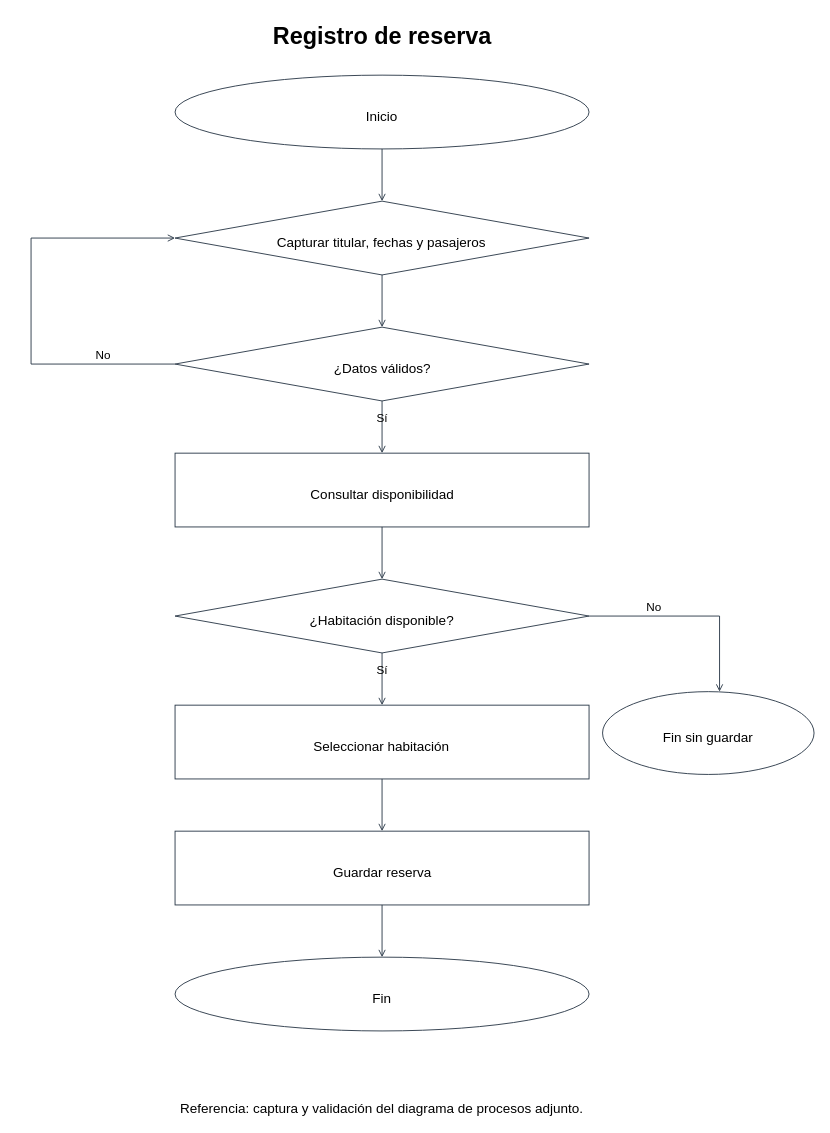
This is diagramas-editables/flujo-reserva.drawio from Yutre3/hotel-duerme-bien, a draw.io file, before an edit. Source tidied: cells renumbered, new cells numbered last; positions are measured from the earlier drawing's top-left corner, leaving out a move shared by most shapes. Both pictures are drawn from the tidied source at 90%, with x=0, y=0 at pixel (31, 16).
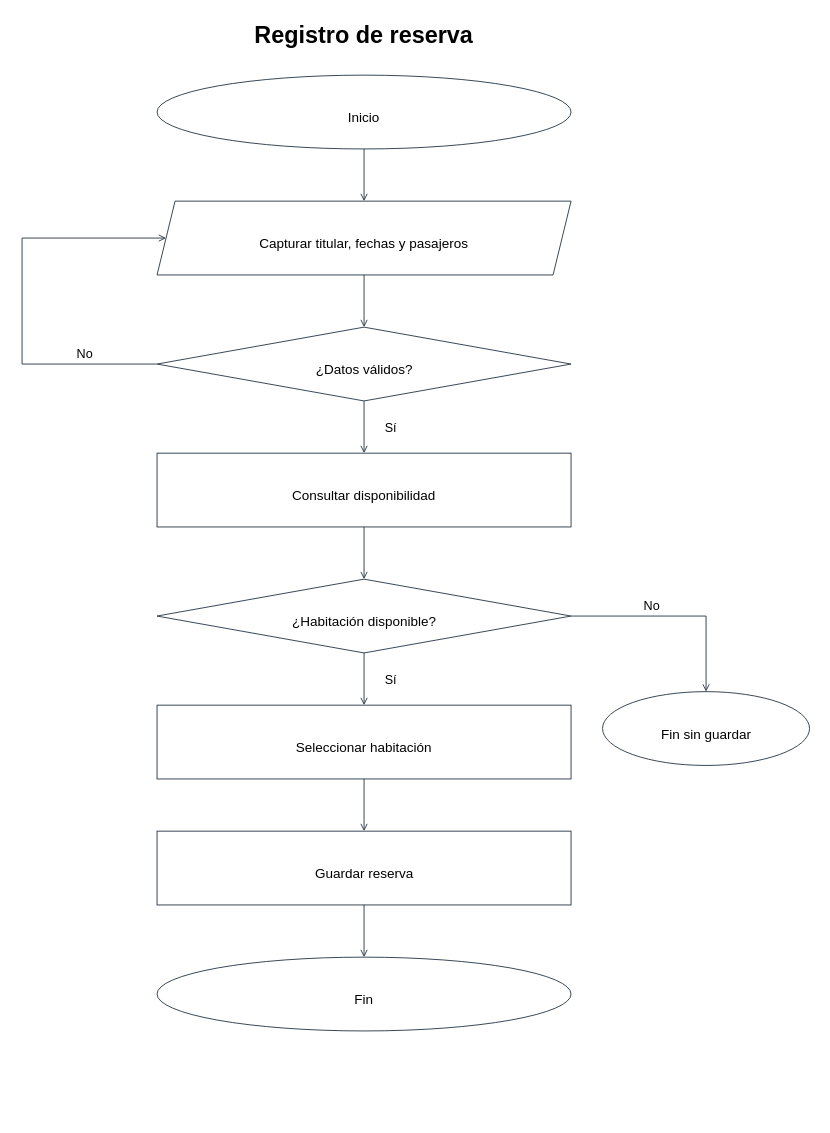
Above is the later version.

What changed in the source:
```diff
@@
+    <mxCell id="38" value="Registro de reserva" style="text;html=0;whiteSpace=wrap;strokeColor=none;fillColor=none;align=center;fontSize=26.0;fontStyle=1;" parent="1" vertex="1">
+      <mxGeometry x="221.8" y="-1" width="296.4" height="36.4" as="geometry" />
+    </mxCell>
+    <mxCell id="39" style="html=0;strokeColor=#263545;fillColor=#ffffff;shape=ellipse;" parent="1" vertex="1">
+      <mxGeometry x="140" y="65" width="460" height="82" as="geometry" />
+    </mxCell>
+    <mxCell id="40" value="Inicio" style="text;html=0;whiteSpace=wrap;strokeColor=none;fillColor=none;align=center;fontSize=15.0;fontStyle=0;" parent="1" vertex="1">
+      <mxGeometry x="343" y="97" width="54" height="21" as="geometry" />
+    </mxCell>
+    <mxCell id="41" style="html=0;strokeColor=#263545;endArrow=open;" parent="1" edge="1">
+      <mxGeometry relative="1" as="geometry">
+        <mxPoint x="370" y="147" as="sourcePoint" />
+        <mxPoint x="370" y="205" as="targetPoint" />
+      </mxGeometry>
+    </mxCell>
+    <mxCell id="42" style="html=0;strokeColor=#263545;fillColor=#ffffff;shape=parallelogram;fixedSize=1;size=20;" parent="1" vertex="1">
+      <mxGeometry x="140" y="205" width="460" height="82" as="geometry" />
+    </mxCell>
+    <mxCell id="43" value="Capturar titular, fechas y pasajeros" style="text;html=0;whiteSpace=wrap;strokeColor=none;fillColor=none;align=center;fontSize=15.0;fontStyle=0;" parent="1" vertex="1">
+      <mxGeometry x="208" y="237" width="324" height="21" as="geometry" />
+    </mxCell>
-    <mxCell id="2" value="Registro de reserva" style="text;html=0;whiteSpace=wrap;strokeColor=none;fillColor=none;align=center;fontSize=26.0;fontStyle=1;strokeColor=#263545;fillColor=#ffffff;strokeColor=none;fillColor=none;" parent="1" vertex="1">
-      <mxGeometry x="242.7" y="0.1" width="294.5" height="39" as="geometry" />
+    <mxCell id="2" style="html=0;strokeColor=#263545;endArrow=open;" parent="1" edge="1">
+      <mxGeometry relative="1" as="geometry">
+        <mxPoint x="370" y="287" as="sourcePoint" />
+        <mxPoint x="370" y="345" as="targetPoint" />
+      </mxGeometry>
     </mxCell>
-    <mxCell id="3" style="ellipse;whiteSpace=wrap;html=0;strokeColor=#263545;fillColor=#ffffff;" parent="1" vertex="1">
-      <mxGeometry x="160" y="65" width="460" height="82" as="geometry" />
+    <mxCell id="3" style="html=0;strokeColor=#263545;fillColor=#ffffff;shape=rhombus;" parent="1" vertex="1">
+      <mxGeometry x="140" y="345" width="460" height="82" as="geometry" />
     </mxCell>
-    <mxCell id="4" value="Inicio" style="text;html=0;whiteSpace=wrap;strokeColor=none;fillColor=none;align=center;fontSize=15.0;fontStyle=0;strokeColor=#263545;fillColor=#ffffff;strokeColor=none;fillColor=none;" parent="1" vertex="1">
-      <mxGeometry x="359.9" y="94.8" width="60.2" height="22.5" as="geometry" />
+    <mxCell id="4" value="¿Datos válidos?" style="text;html=0;whiteSpace=wrap;strokeColor=none;fillColor=none;align=center;fontSize=15.0;fontStyle=0;" parent="1" vertex="1">
+      <mxGeometry x="302.5" y="377" width="135" height="21" as="geometry" />
     </mxCell>
-    <mxCell id="5" style="endArrow=open;html=0;strokeColor=#263545;" parent="1" edge="1">
+    <mxCell id="5" style="html=0;strokeColor=#263545;endArrow=open;" parent="1" edge="1">
       <mxGeometry relative="1" as="geometry">
-        <mxPoint x="390" y="147" as="sourcePoint" />
-        <mxPoint x="390" y="205" as="targetPoint" />
+        <mxPoint x="370" y="427" as="sourcePoint" />
+        <mxPoint x="370" y="485" as="targetPoint" />
       </mxGeometry>
     </mxCell>
-    <mxCell id="6" style="rhombus;strokeColor=#263545;fillColor=#ffffff;" parent="1" vertex="1">
-      <mxGeometry x="160" y="205" width="460" height="82" as="geometry" />
+    <mxCell id="6" value="Sí" style="text;html=0;whiteSpace=wrap;strokeColor=none;fillColor=none;align=center;fontSize=14.0;fontStyle=0;" parent="1" vertex="1">
+      <mxGeometry x="380" y="442" width="40" height="19.6" as="geometry" />
     </mxCell>
-    <mxCell id="7" value="Capturar titular, fechas y pasajeros" style="text;html=0;whiteSpace=wrap;strokeColor=none;fillColor=none;align=center;fontSize=15.0;fontStyle=0;strokeColor=#263545;fillColor=#ffffff;strokeColor=none;fillColor=none;" parent="1" vertex="1">
-      <mxGeometry x="229.4" y="234.8" width="321.2" height="22.5" as="geometry" />
+    <mxCell id="7" style="html=0;strokeColor=#263545;fillColor=#ffffff;shape=rectangle;" parent="1" vertex="1">
+      <mxGeometry x="140" y="485" width="460" height="82" as="geometry" />
     </mxCell>
-    <mxCell id="8" style="endArrow=open;html=0;strokeColor=#263545;" parent="1" edge="1">
-      <mxGeometry relative="1" as="geometry">
-        <mxPoint x="390" y="287" as="sourcePoint" />
-        <mxPoint x="390" y="345" as="targetPoint" />
-      </mxGeometry>
+    <mxCell id="8" value="Consultar disponibilidad" style="text;html=0;whiteSpace=wrap;strokeColor=none;fillColor=none;align=center;fontSize=15.0;fontStyle=0;" parent="1" vertex="1">
+      <mxGeometry x="262" y="517" width="216" height="21" as="geometry" />
     </mxCell>
-    <mxCell id="9" style="rhombus;strokeColor=#263545;fillColor=#ffffff;" parent="1" vertex="1">
-      <mxGeometry x="160" y="345" width="460" height="82" as="geometry" />
+    <mxCell id="9" style="html=0;strokeColor=#263545;endArrow=open;" parent="1" edge="1">
+      <mxGeometry relative="1" as="geometry">
+        <mxPoint x="370" y="567" as="sourcePoint" />
+        <mxPoint x="370" y="625" as="targetPoint" />
+      </mxGeometry>
     </mxCell>
-    <mxCell id="10" value="¿Datos válidos?" style="text;html=0;whiteSpace=wrap;strokeColor=none;fillColor=none;align=center;fontSize=15.0;fontStyle=0;strokeColor=#263545;fillColor=#ffffff;strokeColor=none;fillColor=none;" parent="1" vertex="1">
-      <mxGeometry x="320.8" y="374.8" width="138.5" height="22.5" as="geometry" />
+    <mxCell id="10" style="html=0;strokeColor=#263545;fillColor=#ffffff;shape=rhombus;" parent="1" vertex="1">
+      <mxGeometry x="140" y="625" width="460" height="82" as="geometry" />
     </mxCell>
-    <mxCell id="11" style="endArrow=open;html=0;strokeColor=#263545;" parent="1" edge="1">
-      <mxGeometry relative="1" as="geometry">
-        <mxPoint x="390" y="427" as="sourcePoint" />
-        <mxPoint x="390" y="485" as="targetPoint" />
-      </mxGeometry>
+    <mxCell id="11" value="¿Habitación disponible?" style="text;html=0;whiteSpace=wrap;strokeColor=none;fillColor=none;align=center;fontSize=15.0;fontStyle=0;" parent="1" vertex="1">
+      <mxGeometry x="266.5" y="657" width="207" height="21" as="geometry" />
     </mxCell>
-    <mxCell id="12" value="Sí" style="text;html=0;whiteSpace=wrap;strokeColor=none;fillColor=none;align=center;fontSize=13.0;fontStyle=0;strokeColor=#263545;fillColor=#ffffff;strokeColor=none;fillColor=none;" parent="1" vertex="1">
-      <mxGeometry x="378.5" y="432.1" width="23.1" height="19.5" as="geometry" />
+    <mxCell id="12" style="html=0;strokeColor=#263545;endArrow=open;" parent="1" edge="1">
+      <mxGeometry relative="1" as="geometry">
+        <mxPoint x="370" y="707" as="sourcePoint" />
+        <mxPoint x="370" y="765" as="targetPoint" />
+      </mxGeometry>
     </mxCell>
-    <mxCell id="13" style="whiteSpace=wrap;html=0;strokeColor=#263545;fillColor=#ffffff;" parent="1" vertex="1">
-      <mxGeometry x="160" y="485" width="460" height="82" as="geometry" />
+    <mxCell id="13" value="Sí" style="text;html=0;whiteSpace=wrap;strokeColor=none;fillColor=none;align=center;fontSize=14.0;fontStyle=0;" parent="1" vertex="1">
+      <mxGeometry x="380" y="722" width="40" height="19.6" as="geometry" />
     </mxCell>
-    <mxCell id="14" value="Consultar disponibilidad" style="text;html=0;whiteSpace=wrap;strokeColor=none;fillColor=none;align=center;fontSize=15.0;fontStyle=0;strokeColor=#263545;fillColor=#ffffff;strokeColor=none;fillColor=none;" parent="1" vertex="1">
-      <mxGeometry x="281.6" y="514.8" width="216.8" height="22.5" as="geometry" />
+    <mxCell id="14" style="html=0;strokeColor=#263545;fillColor=#ffffff;shape=rectangle;" parent="1" vertex="1">
+      <mxGeometry x="140" y="765" width="460" height="82" as="geometry" />
     </mxCell>
-    <mxCell id="15" style="endArrow=open;html=0;strokeColor=#263545;" parent="1" edge="1">
-      <mxGeometry relative="1" as="geometry">
-        <mxPoint x="390" y="567" as="sourcePoint" />
-        <mxPoint x="390" y="625" as="targetPoint" />
-      </mxGeometry>
+    <mxCell id="15" value="Seleccionar habitación" style="text;html=0;whiteSpace=wrap;strokeColor=none;fillColor=none;align=center;fontSize=15.0;fontStyle=0;" parent="1" vertex="1">
+      <mxGeometry x="271" y="797" width="198" height="21" as="geometry" />
     </mxCell>
-    <mxCell id="16" style="rhombus;strokeColor=#263545;fillColor=#ffffff;" parent="1" vertex="1">
-      <mxGeometry x="160" y="625" width="460" height="82" as="geometry" />
+    <mxCell id="16" style="html=0;strokeColor=#263545;endArrow=open;" parent="1" edge="1">
+      <mxGeometry relative="1" as="geometry">
+        <mxPoint x="370" y="847" as="sourcePoint" />
+        <mxPoint x="370" y="905" as="targetPoint" />
+      </mxGeometry>
     </mxCell>
-    <mxCell id="17" value="¿Habitación disponible?" style="text;html=0;whiteSpace=wrap;strokeColor=none;fillColor=none;align=center;fontSize=15.0;fontStyle=0;strokeColor=#263545;fillColor=#ffffff;strokeColor=none;fillColor=none;" parent="1" vertex="1">
-      <mxGeometry x="285.9" y="654.8" width="208.1" height="22.5" as="geometry" />
+    <mxCell id="17" style="html=0;strokeColor=#263545;fillColor=#ffffff;shape=rectangle;" parent="1" vertex="1">
+      <mxGeometry x="140" y="905" width="460" height="82" as="geometry" />
     </mxCell>
-    <mxCell id="18" style="endArrow=open;html=0;strokeColor=#263545;" parent="1" edge="1">
-      <mxGeometry relative="1" as="geometry">
-        <mxPoint x="390" y="707" as="sourcePoint" />
-        <mxPoint x="390" y="765" as="targetPoint" />
-      </mxGeometry>
+    <mxCell id="18" value="Guardar reserva" style="text;html=0;whiteSpace=wrap;strokeColor=none;fillColor=none;align=center;fontSize=15.0;fontStyle=0;" parent="1" vertex="1">
+      <mxGeometry x="302.5" y="937" width="135" height="21" as="geometry" />
     </mxCell>
-    <mxCell id="19" value="Sí" style="text;html=0;whiteSpace=wrap;strokeColor=none;fillColor=none;align=center;fontSize=13.0;fontStyle=0;strokeColor=#263545;fillColor=#ffffff;strokeColor=none;fillColor=none;" parent="1" vertex="1">
-      <mxGeometry x="378.5" y="712" width="23.1" height="19.5" as="geometry" />
+    <mxCell id="19" style="html=0;strokeColor=#263545;endArrow=open;" parent="1" edge="1">
+      <mxGeometry relative="1" as="geometry">
+        <mxPoint x="370" y="987" as="sourcePoint" />
+        <mxPoint x="370" y="1045" as="targetPoint" />
+      </mxGeometry>
     </mxCell>
-    <mxCell id="20" style="whiteSpace=wrap;html=0;strokeColor=#263545;fillColor=#ffffff;" parent="1" vertex="1">
-      <mxGeometry x="160" y="765" width="460" height="82" as="geometry" />
+    <mxCell id="20" style="html=0;strokeColor=#263545;fillColor=#ffffff;shape=ellipse;" parent="1" vertex="1">
+      <mxGeometry x="140" y="1045" width="460" height="82" as="geometry" />
     </mxCell>
-    <mxCell id="21" value="Seleccionar habitación" style="text;html=0;whiteSpace=wrap;strokeColor=none;fillColor=none;align=center;fontSize=15.0;fontStyle=0;strokeColor=#263545;fillColor=#ffffff;strokeColor=none;fillColor=none;" parent="1" vertex="1">
-      <mxGeometry x="290.3" y="794.8" width="199.4" height="22.5" as="geometry" />
+    <mxCell id="21" value="Fin" style="text;html=0;whiteSpace=wrap;strokeColor=none;fillColor=none;align=center;fontSize=15.0;fontStyle=0;" parent="1" vertex="1">
+      <mxGeometry x="350" y="1077" width="40" height="21" as="geometry" />
     </mxCell>
-    <mxCell id="22" style="endArrow=open;html=0;strokeColor=#263545;" parent="1" edge="1">
+    <mxCell id="22" style="html=0;strokeColor=#263545;endArrow=none;" parent="1" edge="1">
       <mxGeometry relative="1" as="geometry">
-        <mxPoint x="390" y="847" as="sourcePoint" />
-        <mxPoint x="390" y="905" as="targetPoint" />
+        <mxPoint x="140" y="386" as="sourcePoint" />
+        <mxPoint x="-10" y="386" as="targetPoint" />
       </mxGeometry>
     </mxCell>
-    <mxCell id="23" style="whiteSpace=wrap;html=0;strokeColor=#263545;fillColor=#ffffff;" parent="1" vertex="1">
-      <mxGeometry x="160" y="905" width="460" height="82" as="geometry" />
+    <mxCell id="23" style="html=0;strokeColor=#263545;endArrow=none;" parent="1" edge="1">
+      <mxGeometry relative="1" as="geometry">
+        <mxPoint x="-10" y="386" as="sourcePoint" />
+        <mxPoint x="-10" y="246" as="targetPoint" />
+      </mxGeometry>
     </mxCell>
-    <mxCell id="24" value="Guardar reserva" style="text;html=0;whiteSpace=wrap;strokeColor=none;fillColor=none;align=center;fontSize=15.0;fontStyle=0;strokeColor=#263545;fillColor=#ffffff;strokeColor=none;fillColor=none;" parent="1" vertex="1">
-      <mxGeometry x="320.8" y="934.8" width="138.5" height="22.5" as="geometry" />
+    <mxCell id="24" style="html=0;strokeColor=#263545;endArrow=open;" parent="1" edge="1">
+      <mxGeometry relative="1" as="geometry">
+        <mxPoint x="-10" y="246" as="sourcePoint" />
+        <mxPoint x="150" y="246" as="targetPoint" />
+      </mxGeometry>
     </mxCell>
-    <mxCell id="25" style="endArrow=open;html=0;strokeColor=#263545;" parent="1" edge="1">
-      <mxGeometry relative="1" as="geometry">
-        <mxPoint x="390" y="987" as="sourcePoint" />
-        <mxPoint x="390" y="1045" as="targetPoint" />
-      </mxGeometry>
+    <mxCell id="25" value="No" style="text;html=0;whiteSpace=wrap;strokeColor=none;fillColor=none;align=center;fontSize=14.0;fontStyle=0;" parent="1" vertex="1">
+      <mxGeometry x="40" y="360" width="40" height="19.6" as="geometry" />
     </mxCell>
-    <mxCell id="26" style="ellipse;whiteSpace=wrap;html=0;strokeColor=#263545;fillColor=#ffffff;" parent="1" vertex="1">
-      <mxGeometry x="160" y="1045" width="460" height="82" as="geometry" />
+    <mxCell id="26" style="html=0;strokeColor=#263545;endArrow=none;" parent="1" edge="1">
+      <mxGeometry relative="1" as="geometry">
+        <mxPoint x="600" y="666" as="sourcePoint" />
+        <mxPoint x="750" y="666" as="targetPoint" />
+      </mxGeometry>
     </mxCell>
-    <mxCell id="27" value="Fin" style="text;html=0;whiteSpace=wrap;strokeColor=none;fillColor=none;align=center;fontSize=15.0;fontStyle=0;strokeColor=#263545;fillColor=#ffffff;strokeColor=none;fillColor=none;" parent="1" vertex="1">
-      <mxGeometry x="372.9" y="1074.8" width="34.1" height="22.5" as="geometry" />
+    <mxCell id="27" style="html=0;strokeColor=#263545;endArrow=open;" parent="1" edge="1">
+      <mxGeometry relative="1" as="geometry">
+        <mxPoint x="750" y="666" as="sourcePoint" />
+        <mxPoint x="750" y="750" as="targetPoint" />
+      </mxGeometry>
     </mxCell>
-    <mxCell id="28" style="endArrow=none;html=0;strokeColor=#263545;" parent="1" edge="1">
-      <mxGeometry relative="1" as="geometry">
-        <mxPoint x="160" y="386" as="sourcePoint" />
-        <mxPoint y="386" as="targetPoint" />
-      </mxGeometry>
+    <mxCell id="28" value="No" style="text;html=0;whiteSpace=wrap;strokeColor=none;fillColor=none;align=center;fontSize=14.0;fontStyle=0;" parent="1" vertex="1">
+      <mxGeometry x="670" y="640" width="40" height="19.6" as="geometry" />
     </mxCell>
-    <mxCell id="29" value="No" style="text;html=0;whiteSpace=wrap;strokeColor=none;fillColor=none;align=center;fontSize=13.0;fontStyle=0;strokeColor=#263545;fillColor=#ffffff;strokeColor=none;fillColor=none;" parent="1" vertex="1">
-      <mxGeometry x="68.5" y="362.1" width="23.1" height="19.5" as="geometry" />
+    <mxCell id="29" style="html=0;strokeColor=#263545;fillColor=#ffffff;shape=ellipse;" parent="1" vertex="1">
+      <mxGeometry x="635" y="750" width="230" height="82" as="geometry" />
     </mxCell>
-    <mxCell id="30" style="endArrow=none;html=0;strokeColor=#263545;" parent="1" edge="1">
-      <mxGeometry relative="1" as="geometry">
-        <mxPoint y="386" as="sourcePoint" />
-        <mxPoint y="246" as="targetPoint" />
-      </mxGeometry>
+    <mxCell id="30" value="Fin sin guardar" style="text;html=0;whiteSpace=wrap;strokeColor=none;fillColor=none;align=center;fontSize=15.0;fontStyle=0;" parent="1" vertex="1">
+      <mxGeometry x="682.5" y="782" width="135" height="21" as="geometry" />
     </mxCell>
-    <mxCell id="31" style="endArrow=open;html=0;strokeColor=#263545;" parent="1" edge="1">
-      <mxGeometry relative="1" as="geometry">
-        <mxPoint y="246" as="sourcePoint" />
-        <mxPoint x="160" y="246" as="targetPoint" />
-      </mxGeometry>
-    </mxCell>
-    <mxCell id="32" style="endArrow=none;html=0;strokeColor=#263545;" parent="1" edge="1">
-      <mxGeometry relative="1" as="geometry">
-        <mxPoint x="620" y="666" as="sourcePoint" />
-        <mxPoint x="765" y="666" as="targetPoint" />
-      </mxGeometry>
-    </mxCell>
-    <mxCell id="33" value="No" style="text;html=0;whiteSpace=wrap;strokeColor=none;fillColor=none;align=center;fontSize=13.0;fontStyle=0;strokeColor=#263545;fillColor=#ffffff;strokeColor=none;fillColor=none;" parent="1" vertex="1">
-      <mxGeometry x="681" y="642" width="23.1" height="19.5" as="geometry" />
-    </mxCell>
-    <mxCell id="34" style="ellipse;whiteSpace=wrap;html=0;strokeColor=#263545;fillColor=#ffffff;" parent="1" vertex="1">
-      <mxGeometry x="635" y="750" width="235" height="92" as="geometry" />
-    </mxCell>
-    <mxCell id="35" value="Fin sin guardar" style="text;html=0;whiteSpace=wrap;strokeColor=none;fillColor=none;align=center;fontSize=15.0;fontStyle=0;strokeColor=#263545;fillColor=#ffffff;strokeColor=none;fillColor=none;" parent="1" vertex="1">
-      <mxGeometry x="683.2" y="784.8" width="138.5" height="22.5" as="geometry" />
-    </mxCell>
-    <mxCell id="36" style="endArrow=open;html=0;strokeColor=#263545;" parent="1" edge="1">
-      <mxGeometry relative="1" as="geometry">
-        <mxPoint x="765" y="666" as="sourcePoint" />
-        <mxPoint x="765" y="750" as="targetPoint" />
-      </mxGeometry>
-    </mxCell>
-    <mxCell id="37" value="Referencia: captura y validación del diagrama de procesos adjunto." style="text;html=0;whiteSpace=wrap;strokeColor=none;fillColor=none;align=center;fontSize=15.0;fontStyle=0;strokeColor=#263545;fillColor=#ffffff;strokeColor=none;fillColor=none;" parent="1" vertex="1">
-      <mxGeometry x="98.9" y="1197.8" width="582.2" height="22.5" as="geometry" />
-    </mxCell>
```
